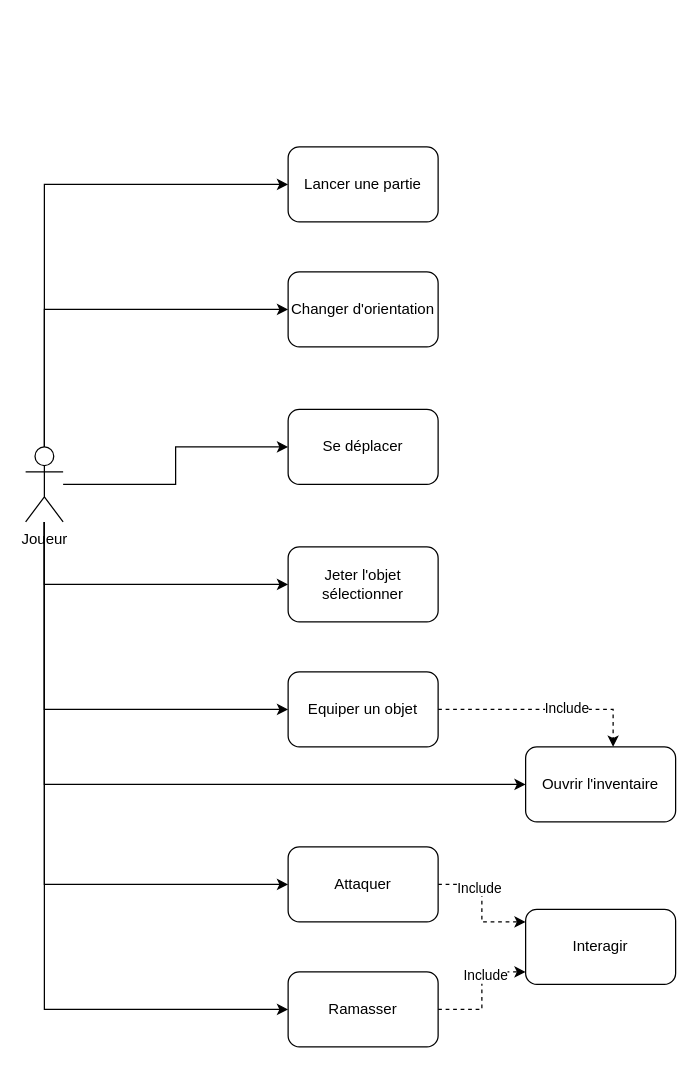
Above: documents/DiagrammeCasUtilisation.drawio in danydudiot/javaclysm (draw.io), before the change. Source tidied: cells renumbered, new cells numbered last; positions are measured from the earlier drawing's top-left corner, leaving out a move shared by most shapes. Both pictures are drawn from the tidied source at 125%, with x=0, y=0 at pixel (25, 146).
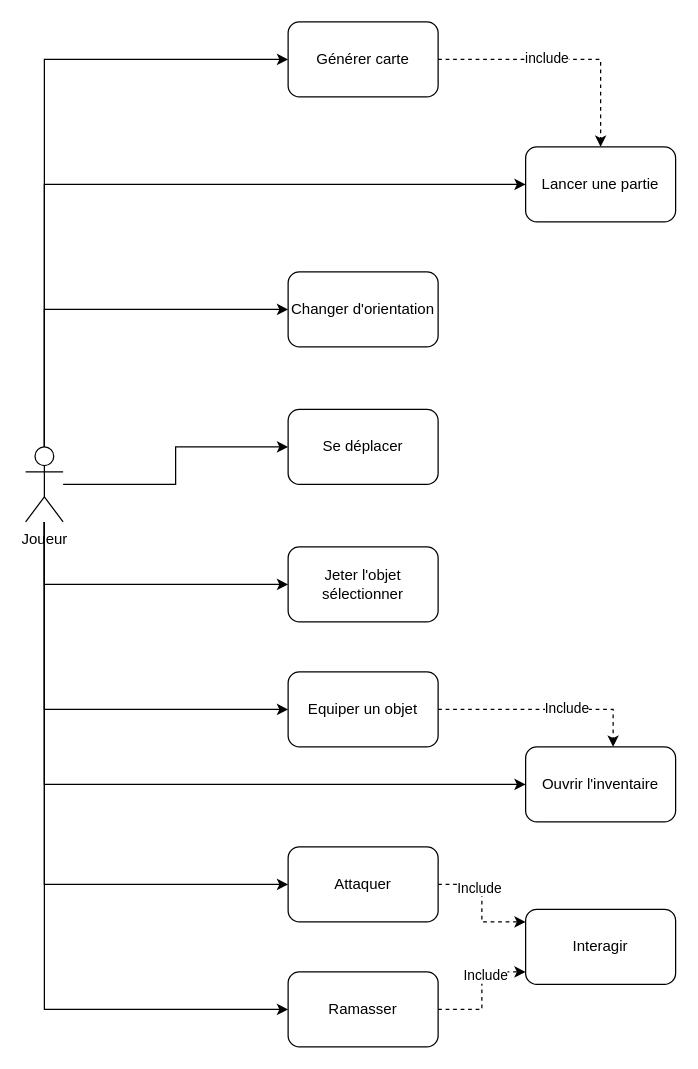
The same diagram, later.

The change refers to these unchanged cells:
```xml
<mxCell id="10" value="Joueur" style="shape=umlActor;verticalLabelPosition=bottom;verticalAlign=top;html=1;outlineConnect=0;" parent="1" vertex="1">
  <mxGeometry y="240" width="30" height="60" as="geometry" />
</mxCell>
```

What changed in the source:
```diff
@@
+    <mxCell id="26" style="edgeStyle=orthogonalEdgeStyle;rounded=0;jettySize=auto;html=1;entryX=0;entryY=0.5;entryDx=0;entryDy=0;" parent="1" edge="1" source="10" target="29">
+      <mxGeometry relative="1" as="geometry">
+        <Array as="points">
+          <mxPoint x="15" y="-70" />
+        </Array>
+      </mxGeometry>
+    </mxCell>
@@
     <mxCell id="11" value="Lancer une partie" style="rounded=1;whiteSpace=wrap;html=1;" parent="1" vertex="1">
-      <mxGeometry x="210" width="120" height="60" as="geometry" />
+      <mxGeometry x="400" width="120" height="60" as="geometry" />
     </mxCell>
@@
+    <mxCell id="27" style="edgeStyle=orthogonalEdgeStyle;rounded=0;jettySize=auto;html=1;dashed=1;" parent="1" edge="1" source="29" target="11">
+      <mxGeometry relative="1" as="geometry" />
+    </mxCell>
+    <mxCell id="28" value="include" style="edgeLabel;html=1;align=center;verticalAlign=middle;" parent="27" vertex="1">
+      <mxGeometry x="-0.14" y="2" relative="1" as="geometry" />
+    </mxCell>
+    <mxCell id="29" value="Générer carte" style="rounded=1;whiteSpace=wrap;html=1;" parent="1" vertex="1">
+      <mxGeometry x="210" y="-100" width="120" height="60" as="geometry" />
+    </mxCell>
```
